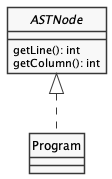
The PlantUML diagram docs/diagrams/Program.png in uo271288/dlp-compiler, before a commit.
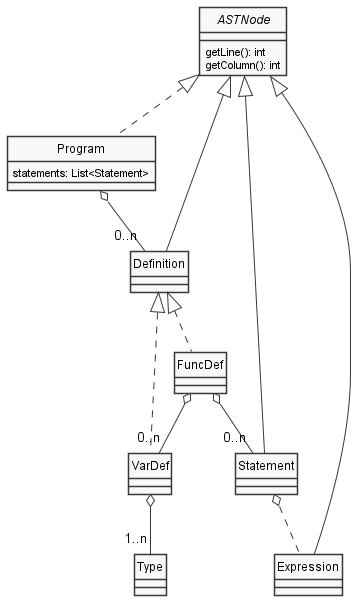
After the change.

Commit message:
Program and Statement Diagram modified I have found what I think is an error in Program Diagram and fixed it. Also finished Statement Diagram

What changed in the source:
```diff
@@ -8,8 +8,32 @@
     getColumn(): int
 }
 
-class Program
+class Program {
+    statements: List<Statement>
+}
+
+class Statement
+
+class Expression
+
+class Definition
+
+class VarDef
+
+class FuncDef
+
+class Type
 
 ASTNode <|.. Program
+ASTNode <|-- Statement
+ASTNode <|-- Expression
+ASTNode <|-- Definition
+Program o-- "0..n" Definition
+Statement o.. Expression
+Definition <|.. VarDef
+Definition <|.. FuncDef
+FuncDef o-- "0..n" Statement
+FuncDef o-- "0..n" VarDef
+VarDef o-- "1..n" Type
 
 @enduml
```
